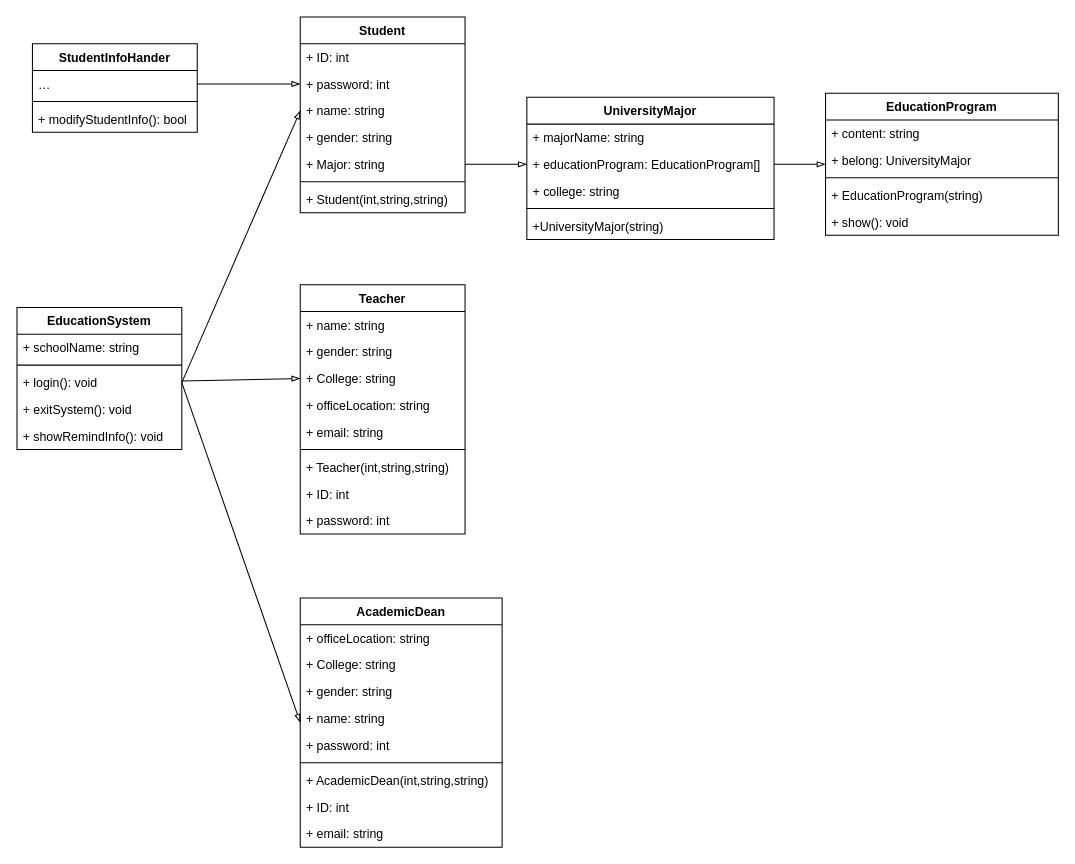
Above: page "Page-4" (4 of 6) of 类图/类图.drawio in bupt-juniorTeam/OOAD (draw.io), before the change. Source tidied: cells renumbered, new cells numbered last; positions are measured from the earlier drawing's top-left corner, leaving out a move shared by most shapes. Both pictures are drawn from the tidied source at 103%, with x=0, y=0 at pixel (16, 16).
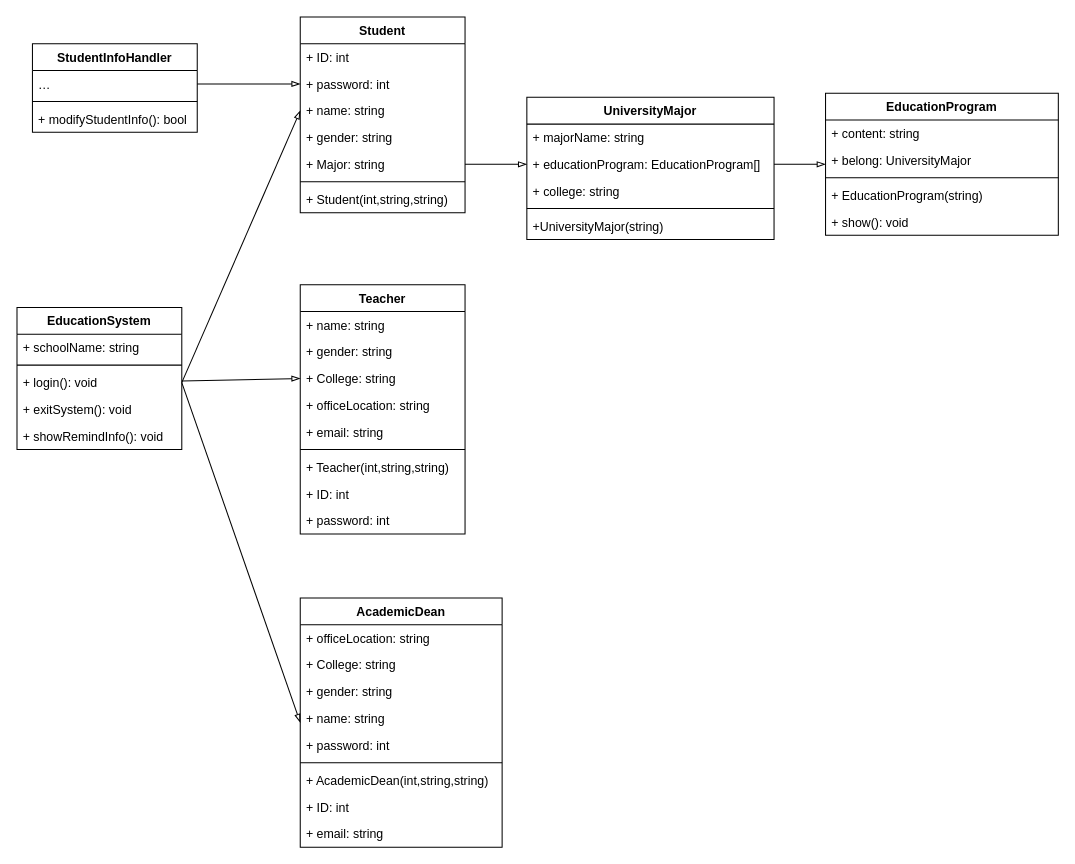
Above is the later version.

The edit, as a diff of the source:
```diff
@@
-    <mxCell id="49" value="StudentInfoHander" style="swimlane;fontStyle=1;align=center;verticalAlign=top;horizontal=1;startSize=26;" parent="1" vertex="1">
+    <mxCell id="49" value="StudentInfoHandler" style="swimlane;fontStyle=1;align=center;verticalAlign=top;horizontal=1;startSize=26;" parent="1" vertex="1">
       <mxGeometry x="15" y="26" width="160" height="86" as="geometry" />
     </mxCell>
```
